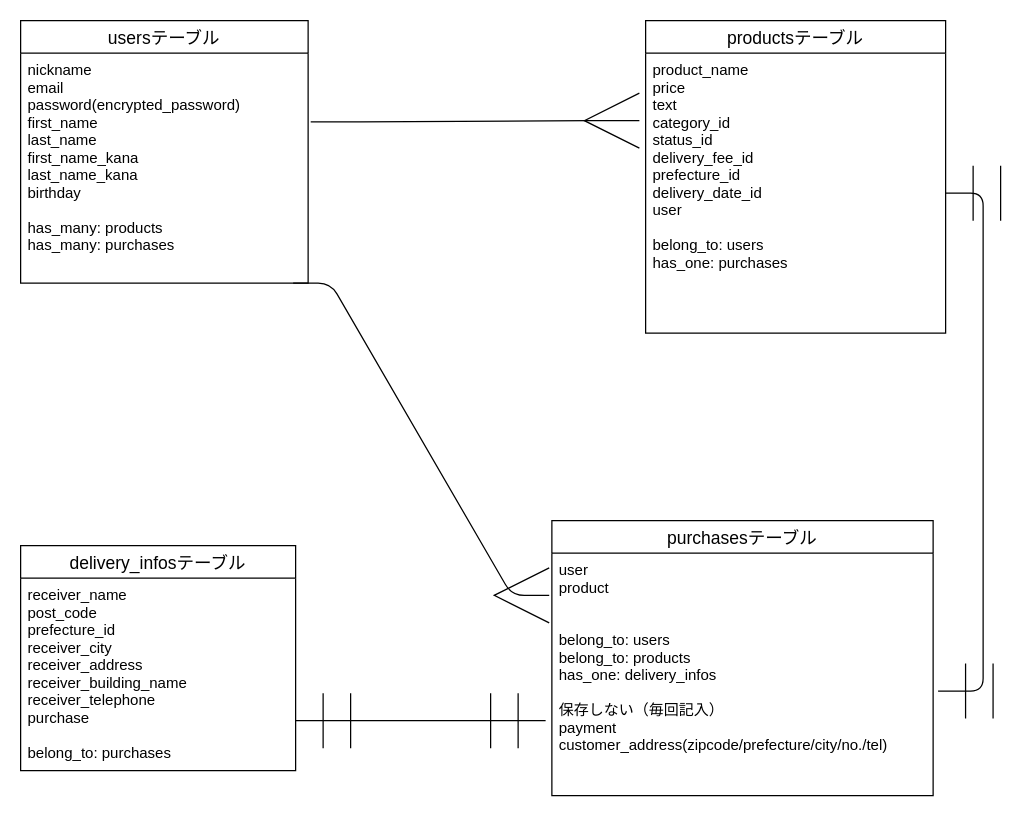
dodompa625/furima-35353 keeps this draw.io diagram as database.dio. Above is the earlier version. Source tidied: cells renumbered, new cells numbered last; positions are measured from the earlier drawing's top-left corner, leaving out a move shared by most shapes. Both pictures are drawn from the tidied source at 125%, with x=0, y=0 at pixel (20, 20).
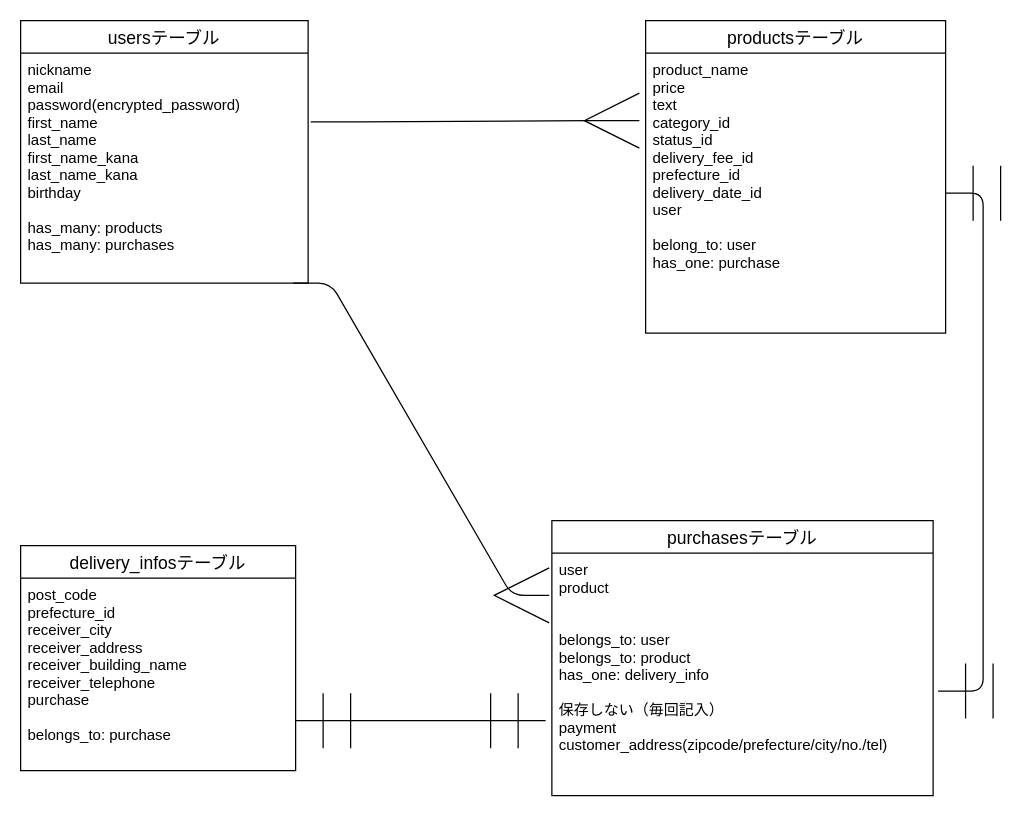
After the change.

Commit message (it also covers changes not shown here):
データベース設計　改訂

Change to the diagram source:
```diff
@@
 <mxGraphModel>
   <root>
     <mxCell id="0" />
     <mxCell id="1" parent="0" />
     <mxCell id="2" value="usersテーブル" style="swimlane;fontStyle=0;horizontal=1;startSize=26;align=center;fontSize=14;direction=east;" parent="1" vertex="1">
       <mxGeometry width="230" height="210" as="geometry" />
     </mxCell>
     <mxCell id="3" value="nickname&#10;email&#10;password(encrypted_password)&#10;first_name&#10;last_name&#10;first_name_kana&#10;last_name_kana&#10;birthday&#10;&#10;has_many: products&#10;has_many: purchases&#10;" style="text;strokeColor=none;fillColor=none;spacingLeft=4;spacingRight=4;overflow=hidden;points=[[0,0.5],[1,0.5]];portConstraint=eastwest;fontSize=12;" parent="2" vertex="1">
       <mxGeometry y="26" width="230" height="184" as="geometry" />
     </mxCell>
     <mxCell id="4" value="productsテーブル" style="swimlane;fontStyle=0;horizontal=1;startSize=26;align=center;fontSize=14;" parent="1" vertex="1">
       <mxGeometry x="500" width="240" height="250" as="geometry" />
     </mxCell>
-    <mxCell id="5" value="product_name&#10;price&#10;text&#10;category_id&#10;status_id&#10;delivery_fee_id&#10;prefecture_id&#10;delivery_date_id&#10;user&#10;&#10;belong_to: users&#10;has_one: purchases" style="text;strokeColor=none;fillColor=none;spacingLeft=4;spacingRight=4;overflow=hidden;points=[[0,0.5],[1,0.5]];portConstraint=eastwest;fontSize=12;" parent="4" vertex="1">
+    <mxCell id="5" value="product_name&#10;price&#10;text&#10;category_id&#10;status_id&#10;delivery_fee_id&#10;prefecture_id&#10;delivery_date_id&#10;user&#10;&#10;belong_to: user&#10;has_one: purchase" style="text;strokeColor=none;fillColor=none;spacingLeft=4;spacingRight=4;overflow=hidden;points=[[0,0.5],[1,0.5]];portConstraint=eastwest;fontSize=12;" parent="4" vertex="1">
       <mxGeometry y="26" width="240" height="224" as="geometry" />
     </mxCell>
     <mxCell id="6" style="edgeStyle=entityRelationEdgeStyle;fontSize=12;html=1;endArrow=ERmany;startSize=42;endSize=42;exitX=1.009;exitY=0.299;exitDx=0;exitDy=0;exitPerimeter=0;" parent="1" edge="1" source="3">
       <mxGeometry relative="1" as="geometry">
         <mxPoint x="495" y="80" as="targetPoint" />
       </mxGeometry>
     </mxCell>
     <mxCell id="7" value="purchasesテーブル" style="swimlane;fontStyle=0;horizontal=1;startSize=26;align=center;fontSize=14;" parent="1" vertex="1">
       <mxGeometry x="425" y="400" width="305" height="220" as="geometry" />
     </mxCell>
-    <mxCell id="8" value="user&#10;product&#10;&#10;&#10;belong_to: users&#10;belong_to: products&#10;has_one: delivery_infos&#10;&#10;保存しない（毎回記入）&#10;payment&#10;customer_address(zipcode/prefecture/city/no./tel)" style="text;strokeColor=none;fillColor=none;spacingLeft=4;spacingRight=4;overflow=hidden;points=[[0,0.5],[1,0.5]];portConstraint=eastwest;fontSize=12;" parent="7" vertex="1">
+    <mxCell id="8" value="user&#10;product&#10;&#10;&#10;belongs_to: user&#10;belongs_to: product&#10;has_one: delivery_info&#10;&#10;保存しない（毎回記入）&#10;payment&#10;customer_address(zipcode/prefecture/city/no./tel)" style="text;strokeColor=none;fillColor=none;spacingLeft=4;spacingRight=4;overflow=hidden;points=[[0,0.5],[1,0.5]];portConstraint=eastwest;fontSize=12;" parent="7" vertex="1">
       <mxGeometry y="26" width="305" height="194" as="geometry" />
     </mxCell>
     <mxCell id="9" value="delivery_infosテーブル" style="swimlane;fontStyle=0;horizontal=1;startSize=26;align=center;fontSize=14;" parent="1" vertex="1">
       <mxGeometry y="420" width="220" height="180" as="geometry" />
     </mxCell>
-    <mxCell id="10" value="receiver_name&#10;post_code&#10;prefecture_id&#10;receiver_city&#10;receiver_address&#10;receiver_building_name&#10;receiver_telephone&#10;purchase&#10;&#10;belong_to: purchases" style="text;strokeColor=none;fillColor=none;spacingLeft=4;spacingRight=4;overflow=hidden;fontSize=12;" parent="9" vertex="1">
+    <mxCell id="10" value="post_code&#10;prefecture_id&#10;receiver_city&#10;receiver_address&#10;receiver_building_name&#10;receiver_telephone&#10;purchase&#10;&#10;belongs_to: purchase" style="text;strokeColor=none;fillColor=none;spacingLeft=4;spacingRight=4;overflow=hidden;fontSize=12;" parent="9" vertex="1">
       <mxGeometry y="26" width="220" height="154" as="geometry" />
     </mxCell>
     <mxCell id="11" style="edgeStyle=entityRelationEdgeStyle;fontSize=12;html=1;endArrow=ERmany;startSize=42;endSize=42;entryX=-0.007;entryY=0.174;entryDx=0;entryDy=0;entryPerimeter=0;exitX=0.948;exitY=1;exitDx=0;exitDy=0;exitPerimeter=0;" parent="1" edge="1" source="3" target="8">
       <mxGeometry relative="1" as="geometry" />
     </mxCell>
     <mxCell id="12" style="edgeStyle=entityRelationEdgeStyle;fontSize=12;html=1;endArrow=ERmandOne;startArrow=ERmandOne;startSize=42;endSize=42;exitX=1.013;exitY=0.569;exitDx=0;exitDy=0;exitPerimeter=0;" parent="1" edge="1" source="8" target="5">
       <mxGeometry relative="1" as="geometry" />
     </mxCell>
     <mxCell id="13" style="edgeStyle=entityRelationEdgeStyle;fontSize=12;html=1;endArrow=ERmandOne;startArrow=ERmandOne;startSize=42;endSize=42;" parent="1" edge="1">
       <mxGeometry relative="1" as="geometry">
         <mxPoint x="220" y="560" as="sourcePoint" />
         <mxPoint x="420" y="560" as="targetPoint" />
       </mxGeometry>
     </mxCell>
   </root>
 </mxGraphModel>
```
